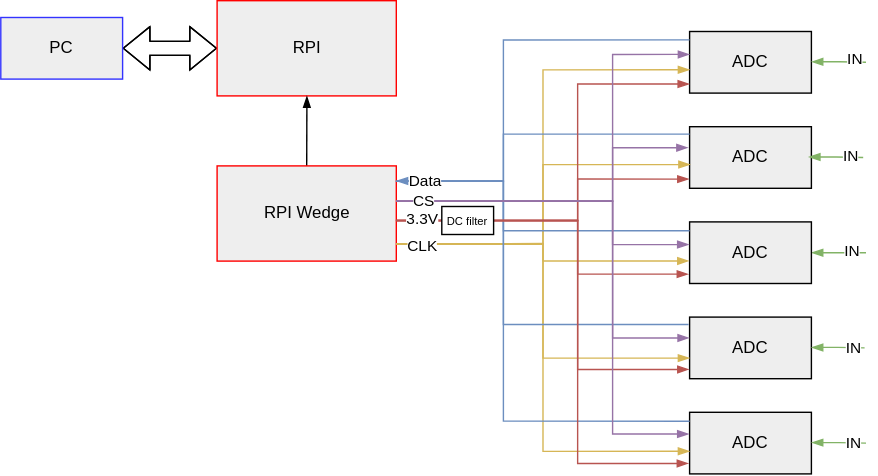
Before: systemdiagram.drawio.svg, a diagram exported from draw.io (PederIngmar/ttt4280-lab1-s25). Source tidied: cells renumbered, new cells last; positions are measured from the earlier drawing's top-left corner, leaving out a move shared by most shapes.
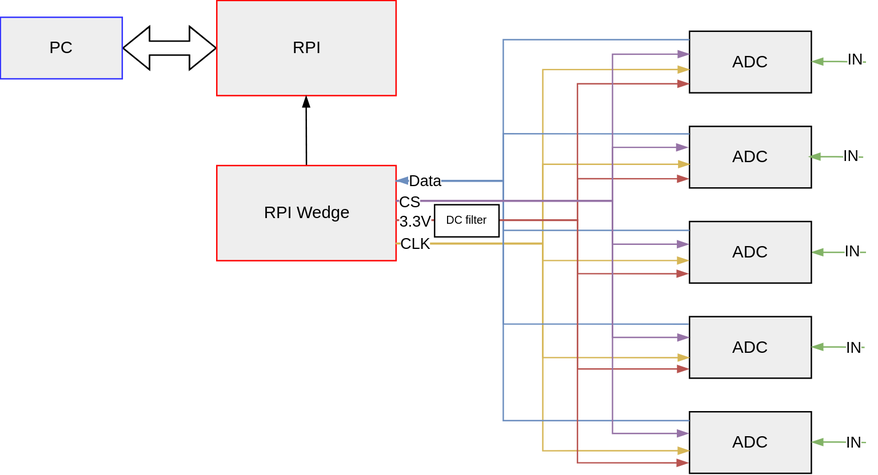
The same diagram one commit later.

The edit, as a diff of the source:
```diff
@@ -57,7 +57,7 @@
     </mxCell>
     <mxCell id="19" value="CLK" style="edgeLabel;html=1;align=center;verticalAlign=middle;" parent="18" vertex="1">
       <mxGeometry x="-0.92" y="-2" relative="1" as="geometry">
-        <mxPoint x="3" y="-1" as="offset" />
+        <mxPoint x="-2" y="-2" as="offset" />
       </mxGeometry>
     </mxCell>
     <mxCell id="20" style="edgeStyle=orthogonalEdgeStyle;jettySize=auto;html=1;rounded=0;endArrow=none;endFill=0;sourcePerimeterSpacing=8;targetPerimeterSpacing=8;entryX=0;entryY=0.121;entryDx=0;entryDy=0;fillColor=#dae8fc;strokeColor=#6c8ebf;entryPerimeter=0;" parent="1" edge="1" target="8">
@@ -187,7 +187,7 @@
     </mxCell>
     <mxCell id="39" value="3.3V" style="edgeLabel;html=1;align=center;verticalAlign=middle;" parent="38" vertex="1">
       <mxGeometry x="0.76" relative="1" as="geometry">
-        <mxPoint x="-28" y="-1" as="offset" />
+        <mxPoint x="-33" y="1" as="offset" />
       </mxGeometry>
     </mxCell>
     <mxCell id="40" style="edgeStyle=orthogonalEdgeStyle;jettySize=auto;html=1;rounded=0;startArrow=blockThin;startFill=1;endArrow=none;endFill=0;sourcePerimeterSpacing=8;targetPerimeterSpacing=8;entryX=1.002;entryY=0.372;entryDx=0;entryDy=0;entryPerimeter=0;fillColor=#e1d5e7;strokeColor=#9673a6;" parent="1" edge="1" target="6">
@@ -237,11 +237,11 @@
     </mxCell>
     <mxCell id="45" value="CS" style="edgeLabel;html=1;align=center;verticalAlign=middle;" parent="44" vertex="1">
       <mxGeometry x="0.91" relative="1" as="geometry">
-        <mxPoint x="2" as="offset" />
+        <mxPoint x="-8" y="1" as="offset" />
       </mxGeometry>
     </mxCell>
-    <mxCell id="46" value="&lt;font style=&quot;font-size: 8px;&quot;&gt;DC filter&lt;/font&gt;" style="rounded=0;whiteSpace=wrap;html=1;" parent="1" vertex="1">
-      <mxGeometry x="315" y="147" width="37" height="20" as="geometry" />
+    <mxCell id="46" value="&lt;font style=&quot;font-size: 8px;&quot;&gt;DC filter&lt;/font&gt;" style="rounded=0;whiteSpace=wrap;html=1;spacingBottom=3;" parent="1" vertex="1">
+      <mxGeometry x="310" y="146" width="46" height="23" as="geometry" />
     </mxCell>
   </root>
 </mxGraphModel>
```
